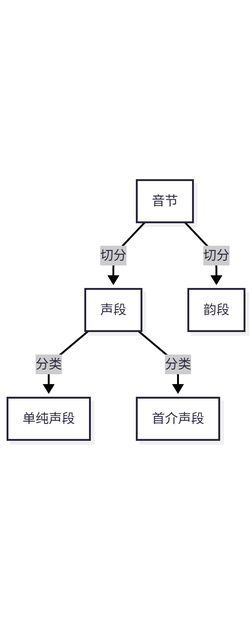
tsaanghwang/Yime-prototype keeps this Mermaid diagram as YIME_Theory/flowchart/声韵二分.png. Above is the earlier version. Its source is kept beside it as YIME_Theory/flowchart/声韵二分.mmd. Its diagram source:
```mermaid
graph TB
    A[音节] --> |切分|B[声段]
    A --> |切分|C[韵段]
    B --> |分类|D[单纯声段]
    B --> |分类|E[首介声段]
```
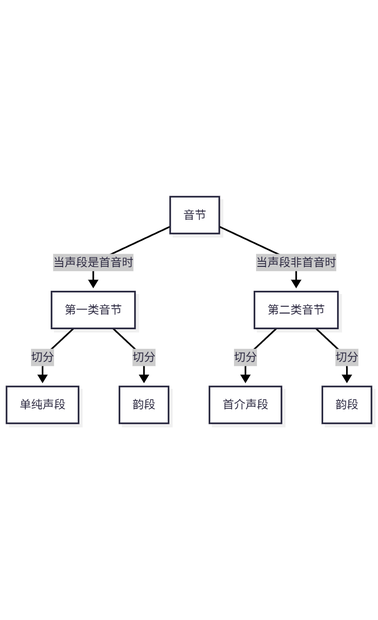
Later version of the same file.

Change to the diagram source:
```diff
@@ -1,5 +1,7 @@
 graph TB
-    A[音节] --> |切分|B[声段]
-    A --> |切分|C[韵段]
-    B --> |分类|D[单纯声段]
-    B --> |分类|E[首介声段]
+    A[音节] --> |当声段是首音时|B[第一类音节]
+    A --> |当声段非首音时|C[第二类音节]
+    B --> |切分|D[单纯声段]
+    B --> |切分|E[韵段]
+    C --> |切分|F[首介声段]
+    C --> |切分|G[韵段]
```
